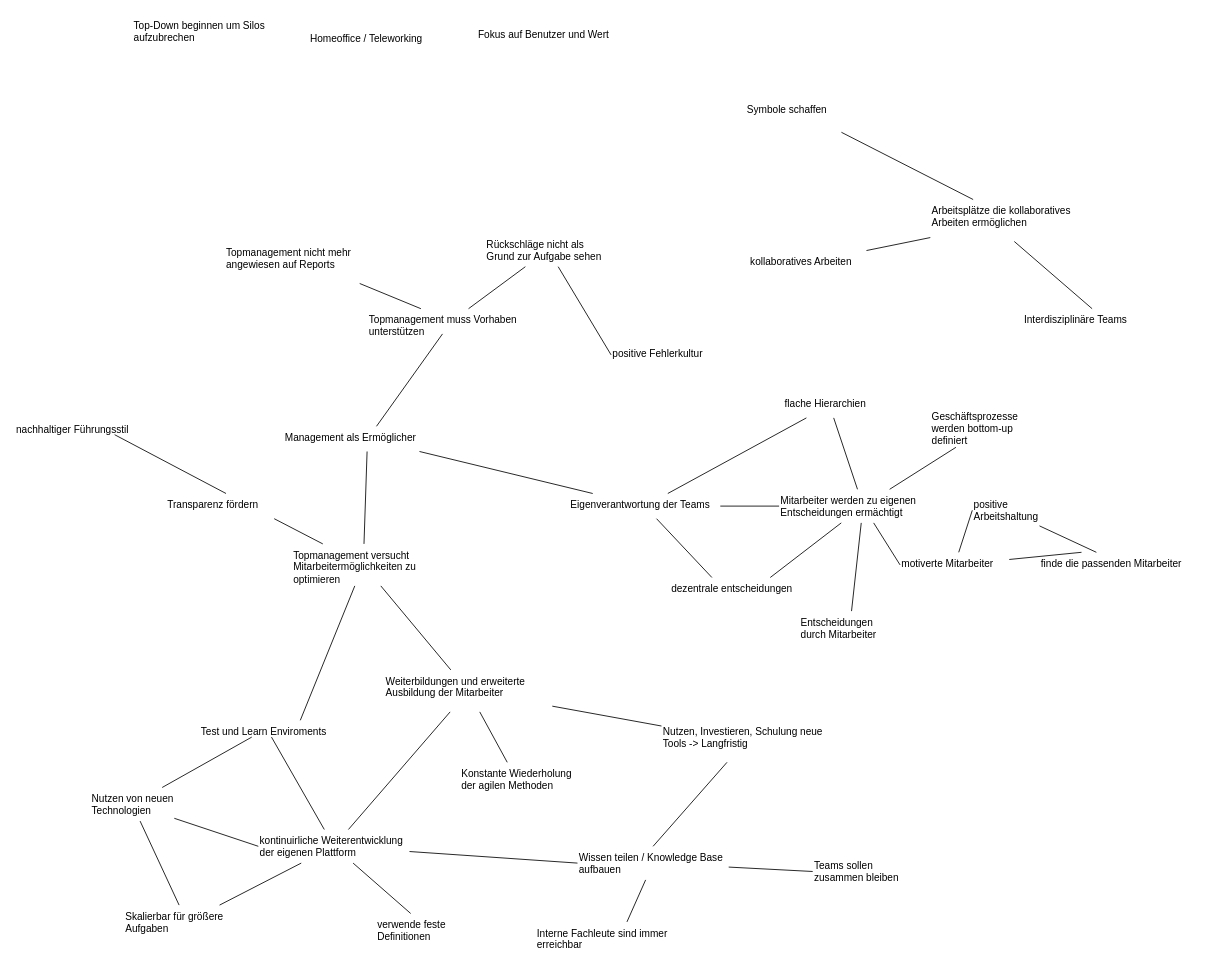
Earlier version of the draw.io diagram Drawio Files/MaßnahmenCluster.drawio (FeudalFreddy/seminararbeit). Source tidied: cells renumbered, new cells numbered last; positions are measured from the earlier drawing's top-left corner, leaving out a move shared by most shapes. Both pictures are drawn from the tidied source at 84%, with x=0, y=0 at pixel (14, 14).
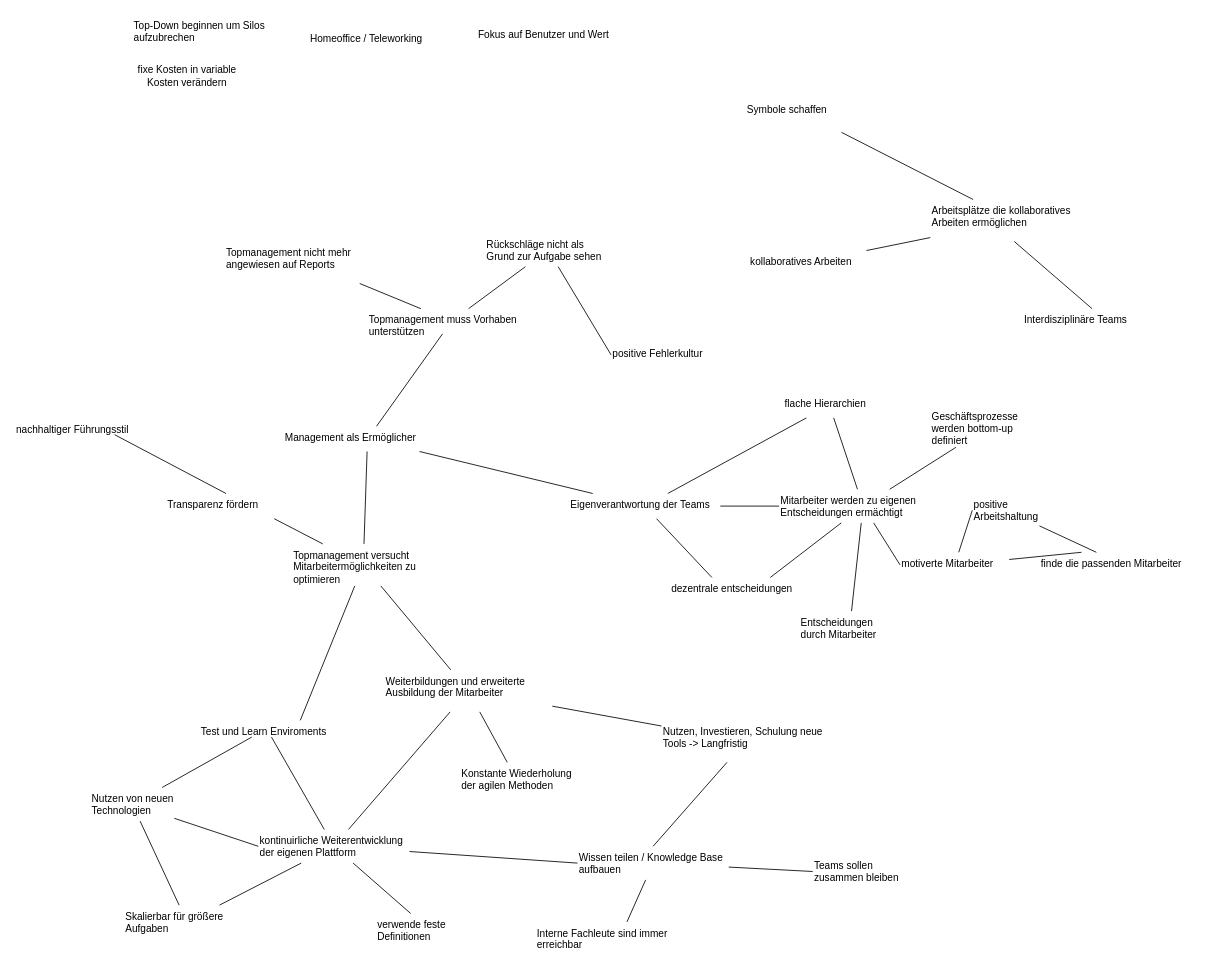
Above is the later version.

Diff of the diagram source:
```diff
@@
+    <mxCell id="74" value="fixe Kosten in variable&lt;br&gt;Kosten verändern" style="text;html=1;align=center;verticalAlign=middle;strokeColor=none;fillColor=none;" parent="1" vertex="1">
+      <mxGeometry x="143.5" y="57" width="123" height="32" as="geometry" />
+    </mxCell>
```
